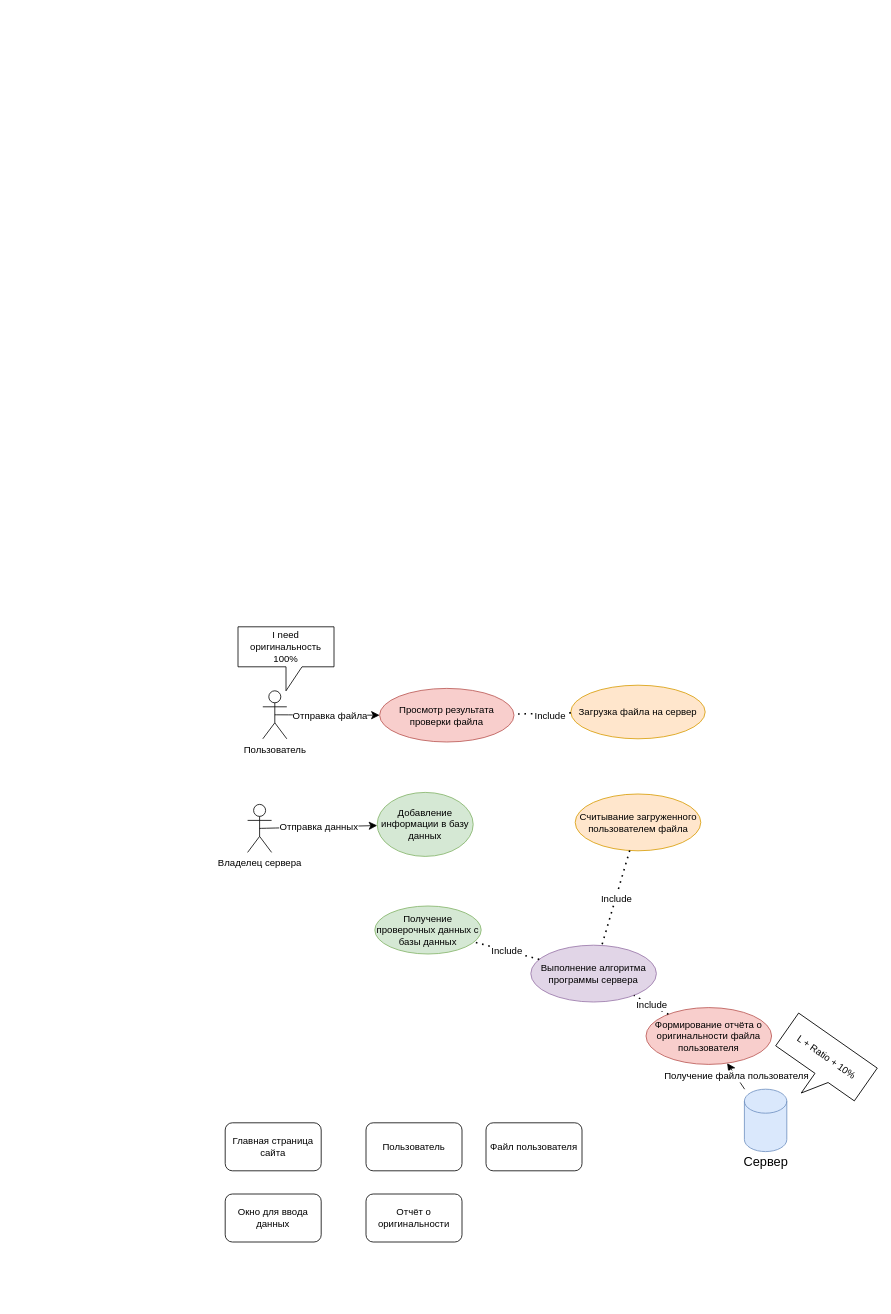
Before: HCI_sem8.drawio in Sandwich9976/API-s, a draw.io diagram. Source tidied: cells renumbered, new cells numbered last; positions are measured from the earlier drawing's top-left corner, leaving out a move shared by most shapes. Both pictures are drawn from the tidied source at 80%, with x=0, y=0 at pixel (225, 626).
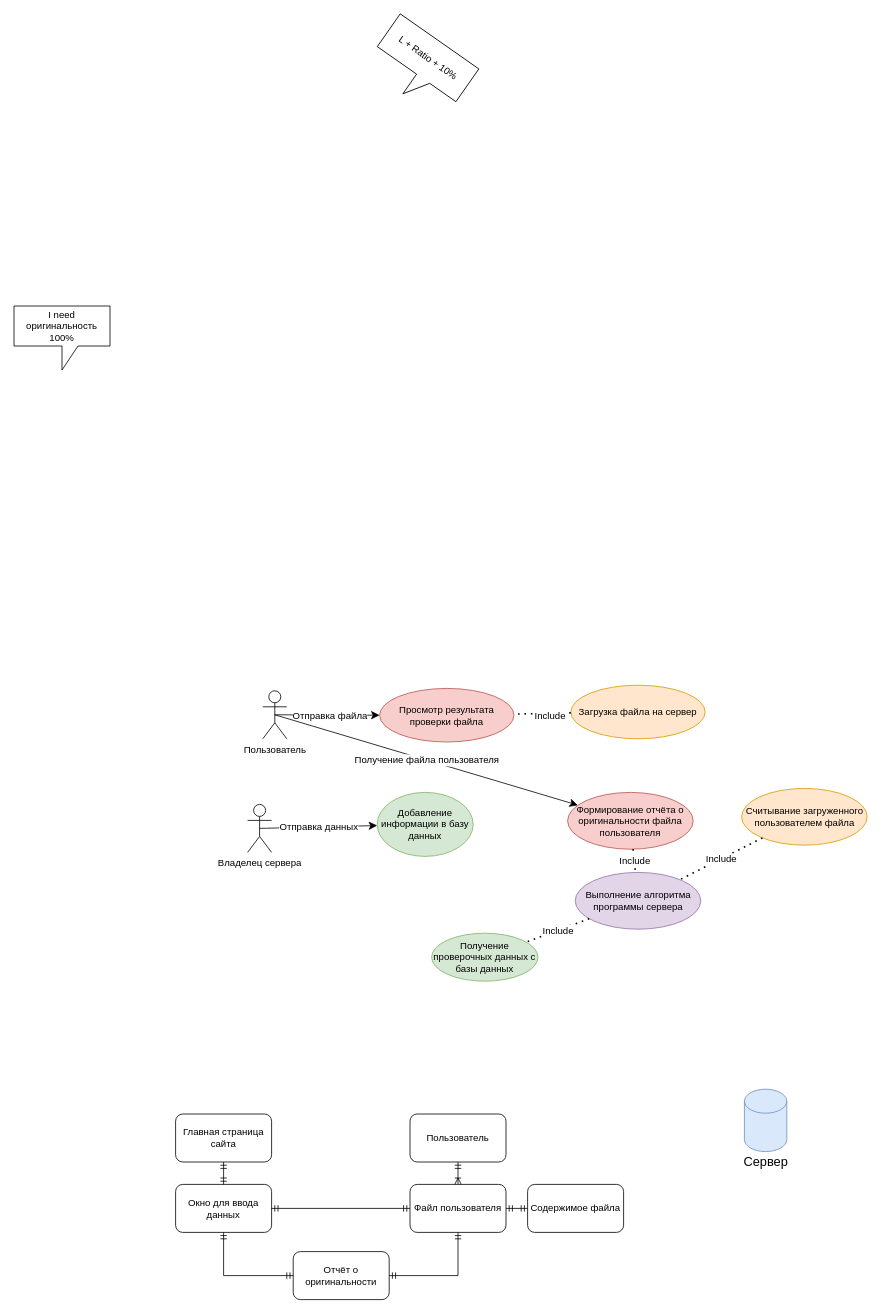
The same page after the edit.

The change refers to these unchanged cells:
```xml
<mxCell id="4" value="Пользователь" style="shape=umlActor;verticalLabelPosition=bottom;verticalAlign=top;html=1;outlineConnect=0;rotation=0;" parent="1" vertex="1">
  <mxGeometry x="47" y="80" width="30" height="60" as="geometry" />
</mxCell>
<mxCell id="6" style="shape=cylinder3;whiteSpace=wrap;html=1;boundedLbl=1;backgroundOutline=1;size=15;fillColor=#dae8fc;strokeColor=#6c8ebf;" parent="1" vertex="1">
  <mxGeometry x="649" y="578" width="53" height="78" as="geometry" />
</mxCell>
```

Change to the diagram source:
```diff
@@
     <mxCell id="15" value="Считывание загруженного пользователем файла" style="ellipse;whiteSpace=wrap;html=1;fillColor=#ffe6cc;strokeColor=#d79b00;" parent="1" vertex="1">
-      <mxGeometry x="437.5" y="209" width="157" height="71" as="geometry" />
+      <mxGeometry x="645.5" y="202" width="157" height="71" as="geometry" />
     </mxCell>
-    <mxCell id="16" style="endArrow=classic;html=1;rounded=0;fontSize=12;startSize=8;endSize=8;" parent="1" edge="1" source="6" target="21">
+    <mxCell id="16" style="endArrow=classic;html=1;rounded=0;fontSize=12;startSize=8;endSize=8;exitX=0.5;exitY=0.5;exitDx=0;exitDy=0;exitPerimeter=0;" parent="1" edge="1" source="4" target="21">
       <mxGeometry relative="1" as="geometry" />
     </mxCell>
@@
     <mxCell id="18" value="I need оригинальность 100%" style="shape=callout;whiteSpace=wrap;html=1;perimeter=calloutPerimeter;" parent="1" vertex="1">
-      <mxGeometry x="16" width="120" height="80" as="geometry" />
+      <mxGeometry x="-264" y="-401" width="120" height="80" as="geometry" />
     </mxCell>
     <mxCell id="19" value="L + Ratio + 10%" style="shape=callout;whiteSpace=wrap;html=1;perimeter=calloutPerimeter;rotation=35;" parent="1" vertex="1">
-      <mxGeometry x="683" y="510" width="120" height="80" as="geometry" />
+      <mxGeometry x="185" y="-739" width="120" height="80" as="geometry" />
     </mxCell>
     <mxCell id="20" value="Выполнение алгоритма программы сервера" style="ellipse;whiteSpace=wrap;html=1;fillColor=#e1d5e7;strokeColor=#9673a6;" parent="1" vertex="1">
-      <mxGeometry x="382" y="398" width="157" height="71" as="geometry" />
+      <mxGeometry x="437.5" y="307" width="157" height="71" as="geometry" />
     </mxCell>
     <mxCell id="21" value="Формирование отчёта о оригинальности файла пользователя" style="ellipse;whiteSpace=wrap;html=1;fillColor=#f8cecc;strokeColor=#b85450;" parent="1" vertex="1">
-      <mxGeometry x="526" y="476" width="157" height="71" as="geometry" />
+      <mxGeometry x="428" y="207" width="157" height="71" as="geometry" />
     </mxCell>
@@
     <mxCell id="26" value="Получение проверочных данных с базы данных" style="ellipse;whiteSpace=wrap;html=1;fillColor=#d5e8d4;strokeColor=#82b366;" parent="1" vertex="1">
-      <mxGeometry x="187" y="349" width="133" height="60" as="geometry" />
+      <mxGeometry x="258" y="383" width="133" height="60" as="geometry" />
     </mxCell>
@@
     <mxCell id="29" value="Главная страница сайта" style="rounded=1;whiteSpace=wrap;html=1;" parent="1" vertex="1">
-      <mxGeometry y="620" width="120" height="60" as="geometry" />
+      <mxGeometry x="-62" y="609" width="120" height="60" as="geometry" />
     </mxCell>
     <mxCell id="30" value="Пользователь" style="rounded=1;whiteSpace=wrap;html=1;" parent="1" vertex="1">
-      <mxGeometry x="176" y="620" width="120" height="60" as="geometry" />
+      <mxGeometry x="231" y="609" width="120" height="60" as="geometry" />
     </mxCell>
     <mxCell id="31" value="Окно для ввода данных" style="rounded=1;whiteSpace=wrap;html=1;" parent="1" vertex="1">
-      <mxGeometry y="709" width="120" height="60" as="geometry" />
+      <mxGeometry x="-62" y="697" width="120" height="60" as="geometry" />
     </mxCell>
     <mxCell id="32" value="Отчёт о оригинальности" style="rounded=1;whiteSpace=wrap;html=1;" parent="1" vertex="1">
-      <mxGeometry x="176" y="709" width="120" height="60" as="geometry" />
+      <mxGeometry x="85" y="781" width="120" height="60" as="geometry" />
     </mxCell>
     <mxCell id="33" value="Файл пользователя" style="rounded=1;whiteSpace=wrap;html=1;" parent="1" vertex="1">
-      <mxGeometry x="326" y="620" width="120" height="60" as="geometry" />
+      <mxGeometry x="231" y="697" width="120" height="60" as="geometry" />
     </mxCell>
+    <mxCell id="34" style="fontSize=12;html=1;endArrow=ERoneToMany;startArrow=ERmandOne;rounded=0;" parent="1" edge="1" source="30" target="33">
+      <mxGeometry relative="1" as="geometry" />
+    </mxCell>
+    <mxCell id="35" style="edgeStyle=orthogonalEdgeStyle;fontSize=12;html=1;endArrow=ERmandOne;startArrow=ERmandOne;rounded=0;entryX=0.5;entryY=1;entryDx=0;entryDy=0;" parent="1" edge="1" source="32" target="33">
+      <mxGeometry relative="1" as="geometry" />
+    </mxCell>
+    <mxCell id="36" value="Содержимое файла" style="rounded=1;whiteSpace=wrap;html=1;" parent="1" vertex="1">
+      <mxGeometry x="378" y="697" width="120" height="60" as="geometry" />
+    </mxCell>
+    <mxCell id="37" style="edgeStyle=orthogonalEdgeStyle;fontSize=12;html=1;endArrow=ERmandOne;startArrow=ERmandOne;rounded=0;" parent="1" edge="1" source="33" target="36">
+      <mxGeometry relative="1" as="geometry" />
+    </mxCell>
+    <mxCell id="38" style="edgeStyle=orthogonalEdgeStyle;fontSize=12;html=1;endArrow=ERmandOne;startArrow=ERmandOne;rounded=0;" parent="1" edge="1" source="29" target="31">
+      <mxGeometry relative="1" as="geometry" />
+    </mxCell>
+    <mxCell id="39" style="edgeStyle=orthogonalEdgeStyle;fontSize=12;html=1;endArrow=ERmandOne;startArrow=ERmandOne;rounded=0;" parent="1" edge="1" source="31" target="32">
+      <mxGeometry relative="1" as="geometry">
+        <Array as="points">
+          <mxPoint x="-2" y="811" />
+        </Array>
+      </mxGeometry>
+    </mxCell>
+    <mxCell id="40" style="edgeStyle=orthogonalEdgeStyle;fontSize=12;html=1;endArrow=ERmandOne;startArrow=ERmandOne;rounded=0;" parent="1" edge="1" source="31" target="33">
+      <mxGeometry relative="1" as="geometry" />
+    </mxCell>
```
